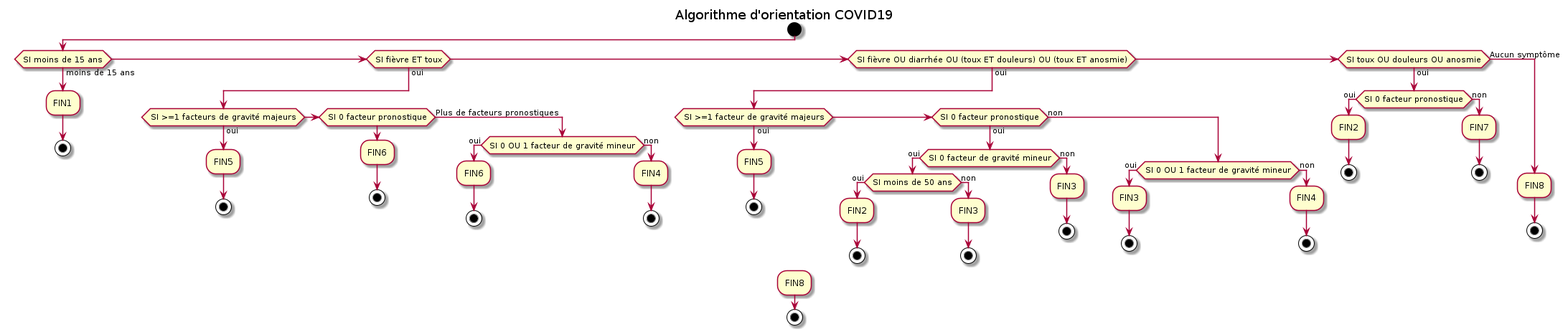
bzg/covid19-algorithme-orientation keeps this PlantUML diagram as diagramme-algorithme-orientation-covid19.png. Above is the earlier version.
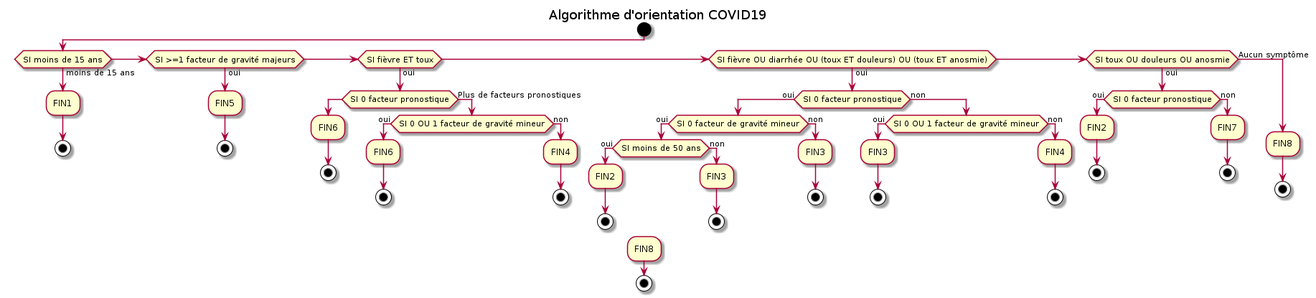
Later version of the same file.

Diff of the diagram source:
```diff
@@ -7,11 +7,12 @@
    :FIN1;
    stop
 
+elseif (SI >=1 facteur de gravité majeurs) then (oui)
+   :FIN5;
+   stop
+
 elseif (SI fièvre ET toux) then (oui)
-       if (SI >=1 facteurs de gravité majeurs) then (oui)
-          :FIN5;
-          stop
-       elseif (SI 0 facteur pronostique) then
+       if (SI 0 facteur pronostique) then
           :FIN6;
           stop
        else (Plus de facteurs pronostiques)
@@ -25,10 +26,7 @@
        endif
 
 elseif (SI fièvre OU diarrhée OU (toux ET douleurs) OU (toux ET anosmie)) then (oui)
-       if (SI >=1 facteur de gravité majeurs) then (oui)
-          :FIN5;
-          stop
-       elseif (SI 0 facteur pronostique) then (oui)
+       if (SI 0 facteur pronostique) then (oui)
            if (SI 0 facteur de gravité mineur) then (oui)
               if (SI moins de 50 ans) then (oui)
                  :FIN2;
```
